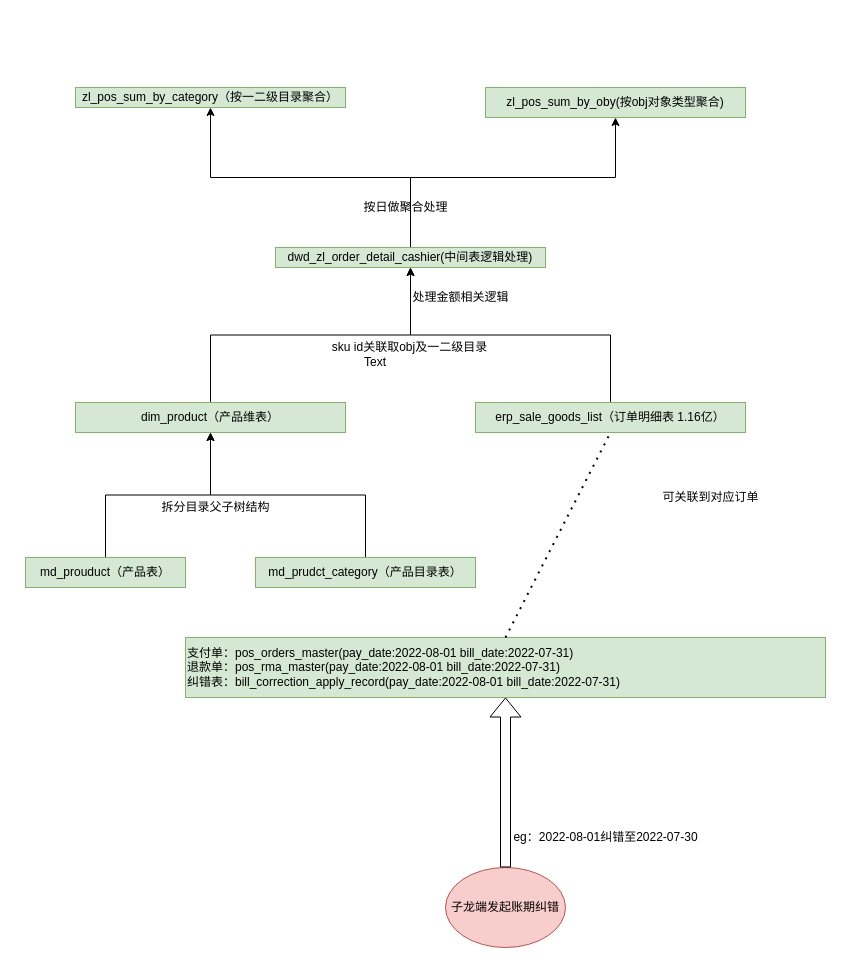
This is 日营收汇总取值逻辑.drawio from jchen811/draw, a draw.io file, before an edit. Source tidied: cells renumbered, new cells numbered last; positions are measured from the earlier drawing's top-left corner, leaving out a move shared by most shapes. Both pictures are drawn from the tidied source at 100%, with x=0, y=0 at pixel (25, 87).
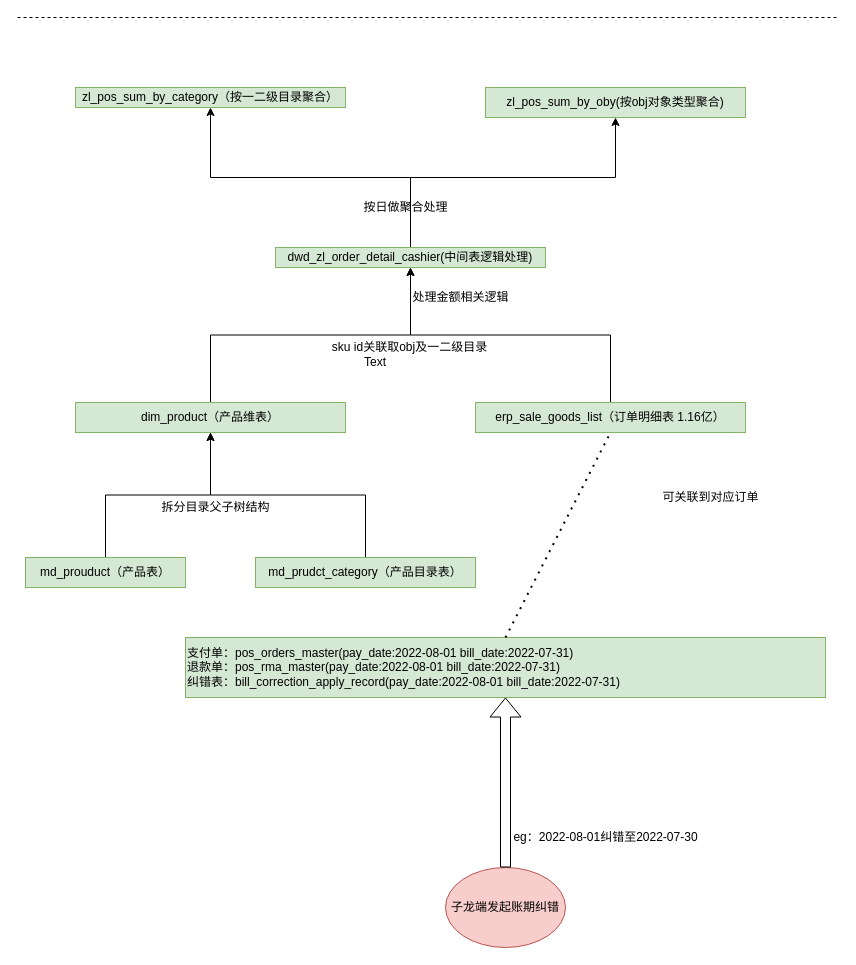
The same page after the edit.

Commit message (it also covers changes not shown here):
更新日营收汇总取值逻辑.drawio

Change to the diagram source:
```diff
@@
+    <mxCell id="26" style="endArrow=none;dashed=1;html=1;rounded=0;" parent="1" edge="1">
+      <mxGeometry relative="1" as="geometry">
+        <mxPoint x="-8" y="-70" as="sourcePoint" />
+        <mxPoint x="812" y="-70" as="targetPoint" />
+      </mxGeometry>
+    </mxCell>
```
